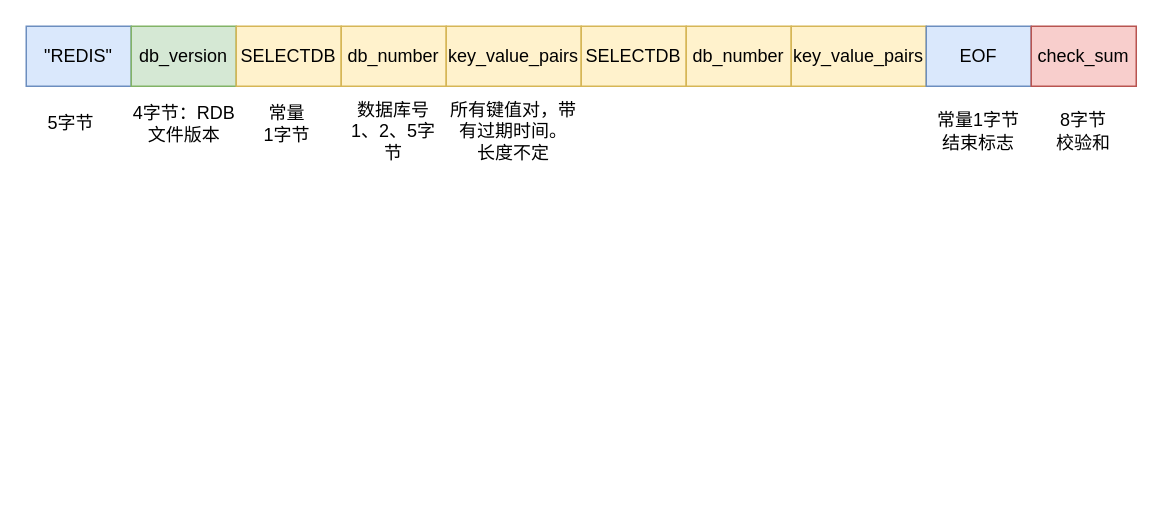
This is redis/RDB结构.drawio from buxiangchixiangcai/draw, a draw.io file, before an edit. Source tidied: cells renumbered, new cells numbered last; positions are measured from the earlier drawing's top-left corner, leaving out a move shared by most shapes. Both pictures are drawn from the tidied source at 150%, with x=0, y=0 at pixel (26, 26).
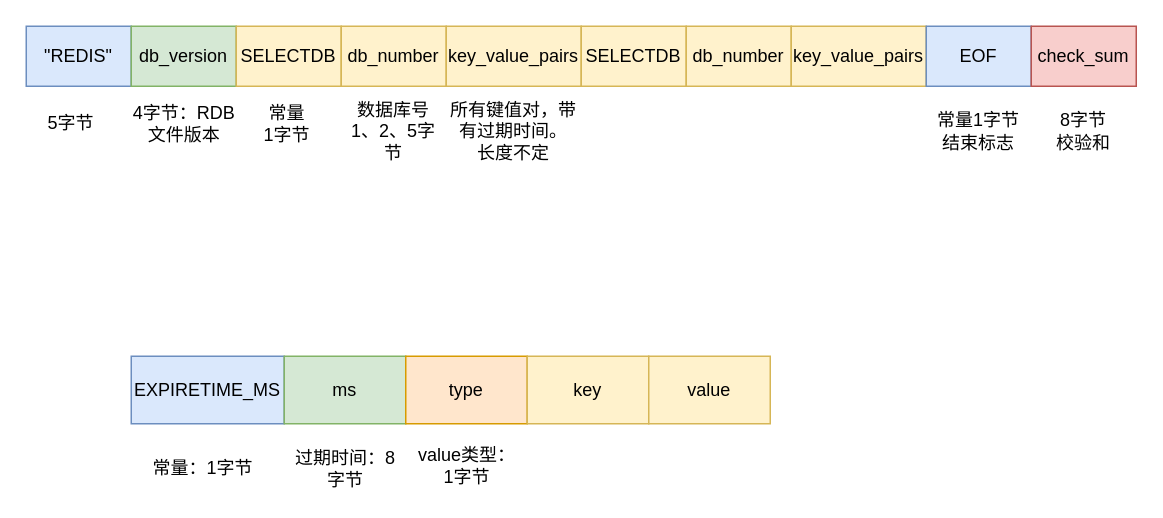
The same diagram, later.

Diff of the diagram source:
```diff
@@
+    <mxCell id="19" value="EXPIRETIME_MS" style="rounded=0;whiteSpace=wrap;html=1;fillColor=#dae8fc;strokeColor=#6c8ebf;" parent="1" vertex="1">
+      <mxGeometry x="70" y="220" width="102" height="45" as="geometry" />
+    </mxCell>
+    <mxCell id="20" value="ms" style="rounded=0;whiteSpace=wrap;html=1;fillColor=#d5e8d4;strokeColor=#82b366;" parent="1" vertex="1">
+      <mxGeometry x="172" y="220" width="81" height="45" as="geometry" />
+    </mxCell>
+    <mxCell id="21" value="type" style="rounded=0;whiteSpace=wrap;html=1;fillColor=#ffe6cc;strokeColor=#d79b00;" parent="1" vertex="1">
+      <mxGeometry x="253" y="220" width="81" height="45" as="geometry" />
+    </mxCell>
+    <mxCell id="22" value="key" style="rounded=0;whiteSpace=wrap;html=1;fillColor=#fff2cc;strokeColor=#d6b656;" parent="1" vertex="1">
+      <mxGeometry x="334" y="220" width="81" height="45" as="geometry" />
+    </mxCell>
+    <mxCell id="23" value="value" style="rounded=0;whiteSpace=wrap;html=1;fillColor=#fff2cc;strokeColor=#d6b656;" parent="1" vertex="1">
+      <mxGeometry x="415" y="220" width="81" height="45" as="geometry" />
+    </mxCell>
+    <mxCell id="24" value="常量：1字节" style="text;html=1;align=center;verticalAlign=middle;whiteSpace=wrap;rounded=0;" parent="1" vertex="1">
+      <mxGeometry x="83" y="280" width="70" height="30" as="geometry" />
+    </mxCell>
+    <mxCell id="25" value="过期时间：8字节" style="text;html=1;align=center;verticalAlign=middle;whiteSpace=wrap;rounded=0;" parent="1" vertex="1">
+      <mxGeometry x="177.5" y="280" width="70" height="30" as="geometry" />
+    </mxCell>
+    <mxCell id="26" value="value类型：1字节" style="text;html=1;align=center;verticalAlign=middle;whiteSpace=wrap;rounded=0;" parent="1" vertex="1">
+      <mxGeometry x="258.5" y="278" width="70" height="30" as="geometry" />
+    </mxCell>
```
